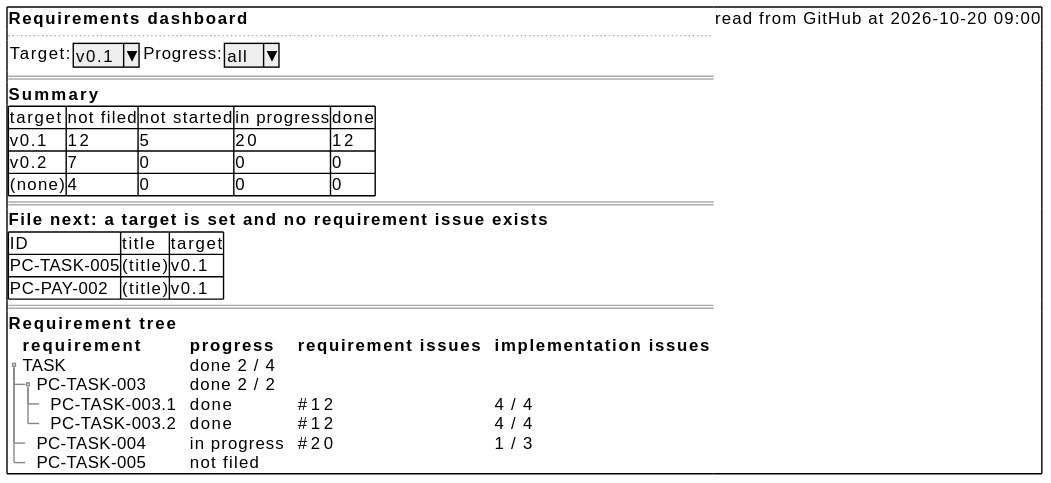
Earlier version of the PlantUML export docs/ja/requirements/dashboard-wireframe.svg (cloveclovedev/cumin-trace). The source it was exported from:
```plantuml
@startuml
salt
{+
  <b>Requirements dashboard | read from GitHub at 2026-10-20 09:00
  ..
  { Target: | ^v0.1^ | Progress: | ^all^ }
  ==
  <b>Summary
  {#
    target | not filed | not started | in progress | done
    v0.1 | 12 | 5 | 20 | 12
    v0.2 | 7 | 0 | 0 | 0
    (none) | 4 | 0 | 0 | 0
  }
  ==
  <b>File next: a target is set and no requirement issue exists
  {#
    ID | title | target
    PC-TASK-005 | (title) | v0.1
    PC-PAY-002 | (title) | v0.1
  }
  ==
  <b>Requirement tree
  {T
    + <b>requirement | <b>progress | <b>requirement issues | <b>implementation issues
    + TASK | done 2 / 4 | . | .
    ++ PC-TASK-003 | done 2 / 2 | . | .
    +++ PC-TASK-003.1 | done | ~#12 | 4 / 4
    +++ PC-TASK-003.2 | done | ~#12 | 4 / 4
    ++ PC-TASK-004 | in progress | ~#20 | 1 / 3
    ++ PC-TASK-005 | not filed | . | .
  }
}
@enduml
```
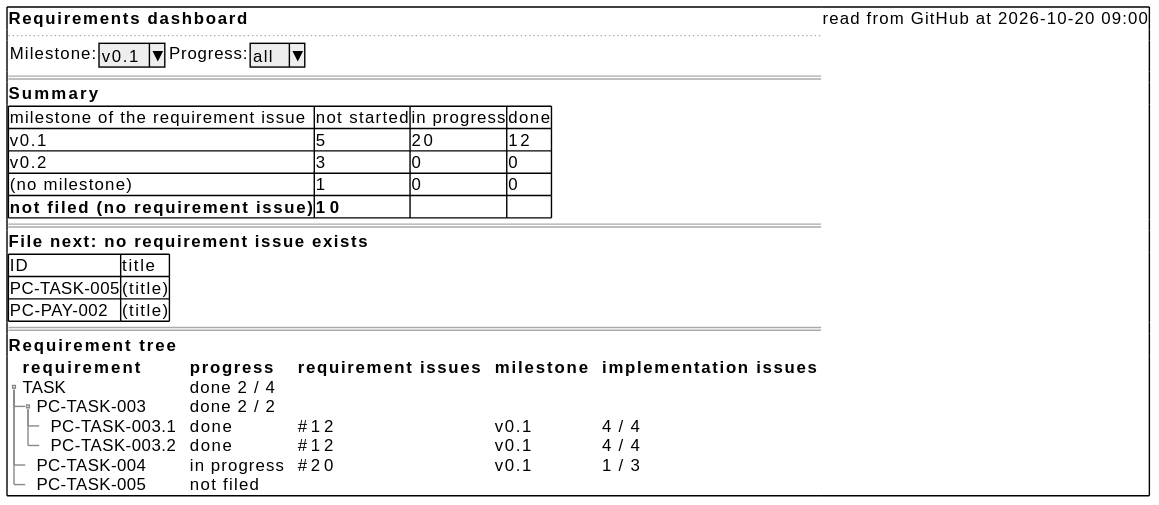
Later version of the same file.

Diff of the diagram source:
```diff
@@ -3,32 +3,33 @@
 {+
   <b>Requirements dashboard | read from GitHub at 2026-10-20 09:00
   ..
-  { Target: | ^v0.1^ | Progress: | ^all^ }
+  { Milestone: | ^v0.1^ | Progress: | ^all^ }
   ==
   <b>Summary
   {#
-    target | not filed | not started | in progress | done
-    v0.1 | 12 | 5 | 20 | 12
-    v0.2 | 7 | 0 | 0 | 0
-    (none) | 4 | 0 | 0 | 0
+    milestone of the requirement issue | not started | in progress | done
+    v0.1 | 5 | 20 | 12
+    v0.2 | 3 | 0 | 0
+    (no milestone) | 1 | 0 | 0
+    <b>not filed (no requirement issue) | <b>10 | . | .
   }
   ==
-  <b>File next: a target is set and no requirement issue exists
+  <b>File next: no requirement issue exists
   {#
-    ID | title | target
-    PC-TASK-005 | (title) | v0.1
-    PC-PAY-002 | (title) | v0.1
+    ID | title
+    PC-TASK-005 | (title)
+    PC-PAY-002 | (title)
   }
   ==
   <b>Requirement tree
   {T
-    + <b>requirement | <b>progress | <b>requirement issues | <b>implementation issues
-    + TASK | done 2 / 4 | . | .
-    ++ PC-TASK-003 | done 2 / 2 | . | .
-    +++ PC-TASK-003.1 | done | ~#12 | 4 / 4
-    +++ PC-TASK-003.2 | done | ~#12 | 4 / 4
-    ++ PC-TASK-004 | in progress | ~#20 | 1 / 3
-    ++ PC-TASK-005 | not filed | . | .
+    + <b>requirement | <b>progress | <b>requirement issues | <b>milestone | <b>implementation issues
+    + TASK | done 2 / 4 | . | . | .
+    ++ PC-TASK-003 | done 2 / 2 | . | . | .
+    +++ PC-TASK-003.1 | done | ~#12 | v0.1 | 4 / 4
+    +++ PC-TASK-003.2 | done | ~#12 | v0.1 | 4 / 4
+    ++ PC-TASK-004 | in progress | ~#20 | v0.1 | 1 / 3
+    ++ PC-TASK-005 | not filed | . | . | .
   }
 }
 @enduml
```
